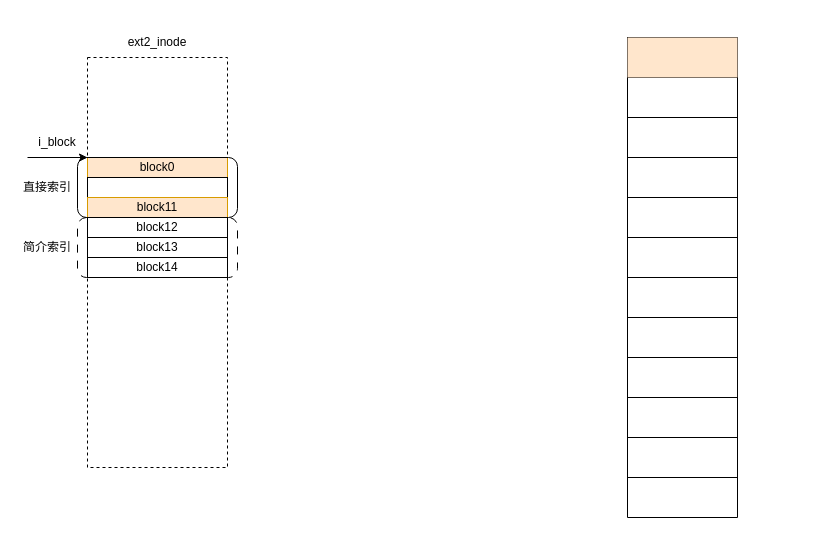
Before: ext2索引结构.drawio in ZLey373/ImagesXMind, a draw.io diagram. Source tidied: cells renumbered, new cells numbered last; positions are measured from the earlier drawing's top-left corner, leaving out a move shared by most shapes. Both pictures are drawn from the tidied source at 100%, with x=0, y=0 at pixel (17, 27).
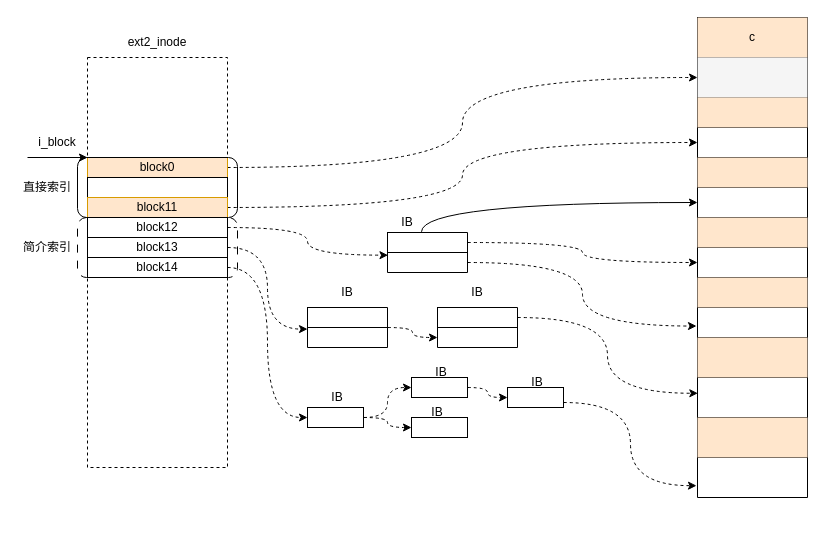
After the change.

Commit message (it also covers changes not shown here):
更新ext2索引结构.drawio

Unchanged cells that the change refers to:
```xml
<mxCell id="4" value="block0" style="rounded=0;whiteSpace=wrap;html=1;fillColor=#ffe6cc;strokeColor=#d79b00;" parent="1" vertex="1">
  <mxGeometry x="70" y="130" width="140" height="20" as="geometry" />
</mxCell>
<mxCell id="6" value="block11" style="rounded=0;whiteSpace=wrap;html=1;fillColor=#ffe6cc;strokeColor=#d79b00;" parent="1" vertex="1">
  <mxGeometry x="70" y="170" width="140" height="20" as="geometry" />
</mxCell>
<mxCell id="8" value="block12" style="rounded=0;whiteSpace=wrap;html=1;" parent="1" vertex="1">
  <mxGeometry x="70" y="190" width="140" height="20" as="geometry" />
</mxCell>
<mxCell id="9" value="block13" style="rounded=0;whiteSpace=wrap;html=1;" parent="1" vertex="1">
  <mxGeometry x="70" y="210" width="140" height="20" as="geometry" />
</mxCell>
<mxCell id="10" value="block14" style="rounded=0;whiteSpace=wrap;html=1;" parent="1" vertex="1">
  <mxGeometry x="70" y="230" width="140" height="20" as="geometry" />
</mxCell>
<mxCell id="17" style="shape=tableRow;horizontal=0;startSize=0;swimlaneHead=0;swimlaneBody=0;strokeColor=inherit;top=0;left=0;bottom=0;right=0;fillColor=none;" parent="16" vertex="1">
  <mxGeometry width="110" height="40" as="geometry" />
</mxCell>
<mxCell id="19" style="shape=tableRow;horizontal=0;startSize=0;swimlaneHead=0;swimlaneBody=0;strokeColor=inherit;top=0;left=0;bottom=0;right=0;fillColor=none;points=[[0,0.5],[1,0.5]];portConstraint=eastwest;" parent="16" vertex="1">
  <mxGeometry y="40" width="110" height="40" as="geometry" />
</mxCell>
```

The edit, as a diff of the source:
```diff
@@
+    <mxCell id="41" style="edgeStyle=orthogonalEdgeStyle;rounded=0;jettySize=auto;html=1;entryX=0;entryY=0.5;entryDx=0;entryDy=0;curved=1;exitX=1;exitY=0.5;exitDx=0;exitDy=0;dashed=1;" parent="1" edge="1" source="4" target="19">
+      <mxGeometry relative="1" as="geometry" />
+    </mxCell>
@@
+    <mxCell id="42" style="edgeStyle=orthogonalEdgeStyle;rounded=0;jettySize=auto;html=1;exitX=1;exitY=0.5;exitDx=0;exitDy=0;curved=1;dashed=1;" parent="1" edge="1" source="6" target="23">
+      <mxGeometry relative="1" as="geometry" />
+    </mxCell>
@@
+    <mxCell id="43" style="edgeStyle=orthogonalEdgeStyle;rounded=0;jettySize=auto;html=1;exitX=1;exitY=0.5;exitDx=0;exitDy=0;entryX=0.006;entryY=0.133;entryDx=0;entryDy=0;entryPerimeter=0;curved=1;dashed=1;" parent="1" edge="1" source="8" target="54">
+      <mxGeometry relative="1" as="geometry" />
+    </mxCell>
@@
+    <mxCell id="44" style="edgeStyle=orthogonalEdgeStyle;rounded=0;jettySize=auto;html=1;exitX=1;exitY=0.5;exitDx=0;exitDy=0;entryX=0;entryY=0.081;entryDx=0;entryDy=0;entryPerimeter=0;dashed=1;curved=1;" parent="1" edge="1" source="9" target="63">
+      <mxGeometry relative="1" as="geometry" />
+    </mxCell>
@@
+    <mxCell id="45" style="edgeStyle=orthogonalEdgeStyle;rounded=0;jettySize=auto;html=1;exitX=1;exitY=0.5;exitDx=0;exitDy=0;entryX=0;entryY=0.5;entryDx=0;entryDy=0;curved=1;dashed=1;" parent="1" edge="1" source="10" target="75">
+      <mxGeometry relative="1" as="geometry" />
+    </mxCell>
@@
     <mxCell id="16" style="shape=table;startSize=0;childLayout=tableLayout;" parent="1" vertex="1">
-      <mxGeometry x="610" y="10" width="110" height="480" as="geometry" />
+      <mxGeometry x="680" y="-10" width="110" height="480" as="geometry" />
     </mxCell>
@@
-    <mxCell id="18" style="shape=partialRectangle;html=1;whiteSpace=wrap;strokeColor=#d79b00;overflow=hidden;fillColor=#ffe6cc;top=0;left=0;bottom=0;right=0;" parent="17" vertex="1">
+    <mxCell id="18" value="c" style="shape=partialRectangle;html=1;whiteSpace=wrap;strokeColor=#d79b00;overflow=hidden;fillColor=#ffe6cc;top=0;left=0;bottom=0;right=0;" parent="17" vertex="1">
       <mxGeometry width="110" height="40" as="geometry" />
     </mxCell>
@@
-    <mxCell id="20" style="shape=partialRectangle;html=1;whiteSpace=wrap;strokeColor=inherit;overflow=hidden;fillColor=none;top=0;left=0;bottom=0;right=0;" parent="19" vertex="1">
+    <mxCell id="20" style="shape=partialRectangle;html=1;whiteSpace=wrap;strokeColor=#666666;overflow=hidden;fillColor=#f5f5f5;top=0;left=0;bottom=0;right=0;fontColor=#333333;" parent="19" vertex="1">
       <mxGeometry width="110" height="40" as="geometry" />
     </mxCell>
     <mxCell id="21" style="shape=tableRow;horizontal=0;startSize=0;swimlaneHead=0;swimlaneBody=0;strokeColor=inherit;top=0;left=0;bottom=0;right=0;fillColor=none;" parent="16" vertex="1">
-      <mxGeometry y="80" width="110" height="40" as="geometry" />
+      <mxGeometry y="80" width="110" height="30" as="geometry" />
     </mxCell>
-    <mxCell id="22" style="shape=partialRectangle;html=1;whiteSpace=wrap;strokeColor=inherit;overflow=hidden;fillColor=none;top=0;left=0;bottom=0;right=0;" parent="21" vertex="1">
-      <mxGeometry width="110" height="40" as="geometry" />
+    <mxCell id="22" style="shape=partialRectangle;html=1;whiteSpace=wrap;strokeColor=#d79b00;overflow=hidden;fillColor=#ffe6cc;top=0;left=0;bottom=0;right=0;" parent="21" vertex="1">
+      <mxGeometry width="110" height="30" as="geometry" />
     </mxCell>
     <mxCell id="23" style="shape=tableRow;horizontal=0;startSize=0;swimlaneHead=0;swimlaneBody=0;strokeColor=inherit;top=0;left=0;bottom=0;right=0;fillColor=none;points=[[0,0.5],[1,0.5]];portConstraint=eastwest;" parent="16" vertex="1">
-      <mxGeometry y="120" width="110" height="40" as="geometry" />
+      <mxGeometry y="110" width="110" height="30" as="geometry" />
     </mxCell>
     <mxCell id="24" style="shape=partialRectangle;html=1;whiteSpace=wrap;strokeColor=inherit;overflow=hidden;fillColor=none;top=0;left=0;bottom=0;right=0;" parent="23" vertex="1">
-      <mxGeometry width="110" height="40" as="geometry" />
+      <mxGeometry width="110" height="30" as="geometry" />
     </mxCell>
     <mxCell id="25" style="shape=tableRow;horizontal=0;startSize=0;swimlaneHead=0;swimlaneBody=0;strokeColor=inherit;top=0;left=0;bottom=0;right=0;fillColor=none;" parent="16" vertex="1">
-      <mxGeometry y="160" width="110" height="40" as="geometry" />
+      <mxGeometry y="140" width="110" height="30" as="geometry" />
     </mxCell>
-    <mxCell id="26" style="shape=partialRectangle;html=1;whiteSpace=wrap;strokeColor=inherit;overflow=hidden;fillColor=none;top=0;left=0;bottom=0;right=0;" parent="25" vertex="1">
-      <mxGeometry width="110" height="40" as="geometry" />
+    <mxCell id="26" style="shape=partialRectangle;html=1;whiteSpace=wrap;strokeColor=#d79b00;overflow=hidden;fillColor=#ffe6cc;top=0;left=0;bottom=0;right=0;" parent="25" vertex="1">
+      <mxGeometry width="110" height="30" as="geometry" />
     </mxCell>
     <mxCell id="27" style="shape=tableRow;horizontal=0;startSize=0;swimlaneHead=0;swimlaneBody=0;strokeColor=inherit;top=0;left=0;bottom=0;right=0;fillColor=none;points=[[0,0.5],[1,0.5]];portConstraint=eastwest;" parent="16" vertex="1">
-      <mxGeometry y="200" width="110" height="40" as="geometry" />
+      <mxGeometry y="170" width="110" height="30" as="geometry" />
     </mxCell>
-    <mxCell id="28" style="shape=partialRectangle;html=1;whiteSpace=wrap;strokeColor=inherit;overflow=hidden;fillColor=none;top=0;left=0;bottom=0;right=0;" parent="27" vertex="1">
-      <mxGeometry width="110" height="40" as="geometry" />
+    <mxCell id="28" style="shape=partialRectangle;html=1;whiteSpace=wrap;strokeColor=inherit;overflow=hidden;fillColor=none;top=0;left=0;bottom=0;right=0;dashed=1;dashPattern=8 8;" parent="27" vertex="1">
+      <mxGeometry width="110" height="30" as="geometry" />
     </mxCell>
     <mxCell id="29" style="shape=tableRow;horizontal=0;startSize=0;swimlaneHead=0;swimlaneBody=0;strokeColor=inherit;top=0;left=0;bottom=0;right=0;fillColor=none;" parent="16" vertex="1">
-      <mxGeometry y="240" width="110" height="40" as="geometry" />
+      <mxGeometry y="200" width="110" height="30" as="geometry" />
     </mxCell>
-    <mxCell id="30" style="shape=partialRectangle;html=1;whiteSpace=wrap;strokeColor=inherit;overflow=hidden;fillColor=none;top=0;left=0;bottom=0;right=0;" parent="29" vertex="1">
-      <mxGeometry width="110" height="40" as="geometry" />
+    <mxCell id="30" style="shape=partialRectangle;html=1;whiteSpace=wrap;strokeColor=#d79b00;overflow=hidden;fillColor=#ffe6cc;top=0;left=0;bottom=0;right=0;" parent="29" vertex="1">
+      <mxGeometry width="110" height="30" as="geometry" />
     </mxCell>
     <mxCell id="31" style="shape=tableRow;horizontal=0;startSize=0;swimlaneHead=0;swimlaneBody=0;strokeColor=inherit;top=0;left=0;bottom=0;right=0;fillColor=none;points=[[0,0.5],[1,0.5]];portConstraint=eastwest;" parent="16" vertex="1">
-      <mxGeometry y="280" width="110" height="40" as="geometry" />
+      <mxGeometry y="230" width="110" height="30" as="geometry" />
     </mxCell>
     <mxCell id="32" style="shape=partialRectangle;html=1;whiteSpace=wrap;strokeColor=inherit;overflow=hidden;fillColor=none;top=0;left=0;bottom=0;right=0;" parent="31" vertex="1">
-      <mxGeometry width="110" height="40" as="geometry" />
+      <mxGeometry width="110" height="30" as="geometry" />
     </mxCell>
     <mxCell id="33" style="shape=tableRow;horizontal=0;startSize=0;swimlaneHead=0;swimlaneBody=0;strokeColor=inherit;top=0;left=0;bottom=0;right=0;fillColor=none;" parent="16" vertex="1">
-      <mxGeometry y="320" width="110" height="40" as="geometry" />
+      <mxGeometry y="260" width="110" height="30" as="geometry" />
     </mxCell>
-    <mxCell id="34" style="shape=partialRectangle;html=1;whiteSpace=wrap;strokeColor=inherit;overflow=hidden;fillColor=none;top=0;left=0;bottom=0;right=0;" parent="33" vertex="1">
-      <mxGeometry width="110" height="40" as="geometry" />
+    <mxCell id="34" style="shape=partialRectangle;html=1;whiteSpace=wrap;strokeColor=#d79b00;overflow=hidden;fillColor=#ffe6cc;top=0;left=0;bottom=0;right=0;" parent="33" vertex="1">
+      <mxGeometry width="110" height="30" as="geometry" />
     </mxCell>
     <mxCell id="35" style="shape=tableRow;horizontal=0;startSize=0;swimlaneHead=0;swimlaneBody=0;strokeColor=inherit;top=0;left=0;bottom=0;right=0;fillColor=none;points=[[0,0.5],[1,0.5]];portConstraint=eastwest;" parent="16" vertex="1">
-      <mxGeometry y="360" width="110" height="40" as="geometry" />
+      <mxGeometry y="290" width="110" height="30" as="geometry" />
     </mxCell>
     <mxCell id="36" style="shape=partialRectangle;html=1;whiteSpace=wrap;strokeColor=inherit;overflow=hidden;fillColor=none;top=0;left=0;bottom=0;right=0;" parent="35" vertex="1">
-      <mxGeometry width="110" height="40" as="geometry" />
+      <mxGeometry width="110" height="30" as="geometry" />
     </mxCell>
     <mxCell id="37" style="shape=tableRow;horizontal=0;startSize=0;swimlaneHead=0;swimlaneBody=0;strokeColor=inherit;top=0;left=0;bottom=0;right=0;fillColor=none;" parent="16" vertex="1">
-      <mxGeometry y="400" width="110" height="40" as="geometry" />
+      <mxGeometry y="320" width="110" height="40" as="geometry" />
     </mxCell>
-    <mxCell id="38" style="shape=partialRectangle;html=1;whiteSpace=wrap;strokeColor=inherit;overflow=hidden;fillColor=none;top=0;left=0;bottom=0;right=0;" parent="37" vertex="1">
+    <mxCell id="38" style="shape=partialRectangle;html=1;whiteSpace=wrap;strokeColor=#d79b00;overflow=hidden;fillColor=#ffe6cc;top=0;left=0;bottom=0;right=0;" parent="37" vertex="1">
       <mxGeometry width="110" height="40" as="geometry" />
     </mxCell>
     <mxCell id="39" style="shape=tableRow;horizontal=0;startSize=0;swimlaneHead=0;swimlaneBody=0;strokeColor=inherit;top=0;left=0;bottom=0;right=0;fillColor=none;points=[[0,0.5],[1,0.5]];portConstraint=eastwest;" parent="16" vertex="1">
-      <mxGeometry y="440" width="110" height="40" as="geometry" />
+      <mxGeometry y="360" width="110" height="40" as="geometry" />
     </mxCell>
@@
+    <mxCell id="46" style="shape=tableRow;horizontal=0;startSize=0;swimlaneHead=0;swimlaneBody=0;strokeColor=inherit;top=0;left=0;bottom=0;right=0;fillColor=none;" parent="16" vertex="1">
+      <mxGeometry y="400" width="110" height="40" as="geometry" />
+    </mxCell>
+    <mxCell id="47" style="shape=partialRectangle;html=1;whiteSpace=wrap;strokeColor=#d79b00;overflow=hidden;fillColor=#ffe6cc;top=0;left=0;bottom=0;right=0;" parent="46" vertex="1">
+      <mxGeometry width="110" height="40" as="geometry" />
+    </mxCell>
+    <mxCell id="48" style="shape=tableRow;horizontal=0;startSize=0;swimlaneHead=0;swimlaneBody=0;strokeColor=inherit;top=0;left=0;bottom=0;right=0;fillColor=none;points=[[0,0.5],[1,0.5]];portConstraint=eastwest;" parent="16" vertex="1">
+      <mxGeometry y="440" width="110" height="40" as="geometry" />
+    </mxCell>
+    <mxCell id="49" style="shape=partialRectangle;html=1;whiteSpace=wrap;strokeColor=inherit;overflow=hidden;fillColor=none;top=0;left=0;bottom=0;right=0;" parent="48" vertex="1">
+      <mxGeometry width="110" height="40" as="geometry" />
+    </mxCell>
+    <mxCell id="50" style="edgeStyle=orthogonalEdgeStyle;rounded=0;jettySize=auto;html=1;exitX=1;exitY=0.75;exitDx=0;exitDy=0;entryX=-0.009;entryY=0.618;entryDx=0;entryDy=0;entryPerimeter=0;dashed=1;curved=1;" parent="1" edge="1" source="51" target="35">
+      <mxGeometry relative="1" as="geometry" />
+    </mxCell>
+    <mxCell id="51" style="shape=table;startSize=0;childLayout=tableLayout;" parent="1" vertex="1">
+      <mxGeometry x="370" y="205" width="80" height="40" as="geometry" />
+    </mxCell>
+    <mxCell id="52" style="shape=tableRow;horizontal=0;startSize=0;swimlaneHead=0;swimlaneBody=0;strokeColor=inherit;top=0;left=0;bottom=0;right=0;fillColor=none;points=[[0,0.5],[1,0.5]];portConstraint=eastwest;" parent="51" vertex="1">
+      <mxGeometry width="80" height="20" as="geometry" />
+    </mxCell>
+    <mxCell id="53" style="shape=partialRectangle;html=1;whiteSpace=wrap;strokeColor=inherit;overflow=hidden;fillColor=none;top=0;left=0;bottom=0;right=0;" parent="52" vertex="1">
+      <mxGeometry width="80" height="20" as="geometry" />
+    </mxCell>
+    <mxCell id="54" style="shape=tableRow;horizontal=0;startSize=0;swimlaneHead=0;swimlaneBody=0;strokeColor=inherit;top=0;left=0;bottom=0;right=0;fillColor=none;points=[[0,0.5],[1,0.5]];portConstraint=eastwest;" parent="51" vertex="1">
+      <mxGeometry y="20" width="80" height="20" as="geometry" />
+    </mxCell>
+    <mxCell id="55" style="shape=partialRectangle;html=1;whiteSpace=wrap;strokeColor=inherit;overflow=hidden;fillColor=none;top=0;left=0;bottom=0;right=0;" parent="54" vertex="1">
+      <mxGeometry width="80" height="20" as="geometry" />
+    </mxCell>
+    <mxCell id="56" style="edgeStyle=orthogonalEdgeStyle;jettySize=auto;html=1;rounded=0;entryX=0;entryY=0.5;entryDx=0;entryDy=0;curved=1;" parent="1" edge="1" target="27">
+      <mxGeometry relative="1" as="geometry">
+        <mxPoint x="404" y="204.3" as="sourcePoint" />
+      </mxGeometry>
+    </mxCell>
+    <mxCell id="57" value="IB" style="text;strokeColor=none;align=center;fillColor=none;html=1;verticalAlign=middle;whiteSpace=wrap;rounded=0;" parent="1" vertex="1">
+      <mxGeometry x="360" y="180" width="60" height="30" as="geometry" />
+    </mxCell>
+    <mxCell id="58" style="edgeStyle=orthogonalEdgeStyle;rounded=0;jettySize=auto;html=1;entryX=0;entryY=0.5;entryDx=0;entryDy=0;curved=1;dashed=1;" parent="1" edge="1" source="52" target="31">
+      <mxGeometry relative="1" as="geometry" />
+    </mxCell>
+    <mxCell id="59" style="edgeStyle=orthogonalEdgeStyle;rounded=0;jettySize=auto;html=1;entryX=0;entryY=0.5;entryDx=0;entryDy=0;dashed=1;curved=1;" parent="1" edge="1" source="60" target="68">
+      <mxGeometry relative="1" as="geometry" />
+    </mxCell>
+    <mxCell id="60" style="shape=table;startSize=0;childLayout=tableLayout;" parent="1" vertex="1">
+      <mxGeometry x="290" y="280" width="80" height="40" as="geometry" />
+    </mxCell>
+    <mxCell id="61" style="shape=tableRow;horizontal=0;startSize=0;swimlaneHead=0;swimlaneBody=0;strokeColor=inherit;top=0;left=0;bottom=0;right=0;fillColor=none;" parent="60" vertex="1">
+      <mxGeometry width="80" height="20" as="geometry" />
+    </mxCell>
+    <mxCell id="62" style="shape=partialRectangle;html=1;whiteSpace=wrap;strokeColor=inherit;overflow=hidden;fillColor=none;top=0;left=0;bottom=0;right=0;" parent="61" vertex="1">
+      <mxGeometry width="80" height="20" as="geometry" />
+    </mxCell>
+    <mxCell id="63" style="shape=tableRow;horizontal=0;startSize=0;swimlaneHead=0;swimlaneBody=0;strokeColor=inherit;top=0;left=0;bottom=0;right=0;fillColor=none;points=[[0,0.5],[1,0.5]];portConstraint=eastwest;" parent="60" vertex="1">
+      <mxGeometry y="20" width="80" height="20" as="geometry" />
+    </mxCell>
+    <mxCell id="64" style="shape=partialRectangle;html=1;whiteSpace=wrap;strokeColor=inherit;overflow=hidden;fillColor=none;top=0;left=0;bottom=0;right=0;" parent="63" vertex="1">
+      <mxGeometry width="80" height="20" as="geometry" />
+    </mxCell>
+    <mxCell id="65" style="shape=table;startSize=0;childLayout=tableLayout;" parent="1" vertex="1">
+      <mxGeometry x="420" y="280" width="80" height="40" as="geometry" />
+    </mxCell>
+    <mxCell id="66" style="shape=tableRow;horizontal=0;startSize=0;swimlaneHead=0;swimlaneBody=0;strokeColor=inherit;top=0;left=0;bottom=0;right=0;fillColor=none;points=[[0,0.5],[1,0.5]];portConstraint=eastwest;" parent="65" vertex="1">
+      <mxGeometry width="80" height="20" as="geometry" />
+    </mxCell>
+    <mxCell id="67" style="shape=partialRectangle;html=1;whiteSpace=wrap;strokeColor=inherit;overflow=hidden;fillColor=none;top=0;left=0;bottom=0;right=0;" parent="66" vertex="1">
+      <mxGeometry width="80" height="20" as="geometry" />
+    </mxCell>
+    <mxCell id="68" style="shape=tableRow;horizontal=0;startSize=0;swimlaneHead=0;swimlaneBody=0;strokeColor=inherit;top=0;left=0;bottom=0;right=0;fillColor=none;points=[[0,0.5],[1,0.5]];portConstraint=eastwest;" parent="65" vertex="1">
+      <mxGeometry y="20" width="80" height="20" as="geometry" />
+    </mxCell>
+    <mxCell id="69" style="shape=partialRectangle;html=1;whiteSpace=wrap;strokeColor=inherit;overflow=hidden;fillColor=none;top=0;left=0;bottom=0;right=0;" parent="68" vertex="1">
+      <mxGeometry width="80" height="20" as="geometry" />
+    </mxCell>
+    <mxCell id="70" value="IB" style="text;strokeColor=none;align=center;fillColor=none;html=1;verticalAlign=middle;whiteSpace=wrap;rounded=0;" parent="1" vertex="1">
+      <mxGeometry x="300" y="250" width="60" height="30" as="geometry" />
+    </mxCell>
+    <mxCell id="71" value="IB" style="text;strokeColor=none;align=center;fillColor=none;html=1;verticalAlign=middle;whiteSpace=wrap;rounded=0;" parent="1" vertex="1">
+      <mxGeometry x="430" y="250" width="60" height="30" as="geometry" />
+    </mxCell>
+    <mxCell id="72" style="edgeStyle=orthogonalEdgeStyle;rounded=0;jettySize=auto;html=1;entryX=0.003;entryY=0.394;entryDx=0;entryDy=0;entryPerimeter=0;dashed=1;curved=1;" parent="1" edge="1" source="66" target="39">
+      <mxGeometry relative="1" as="geometry" />
+    </mxCell>
+    <mxCell id="73" style="edgeStyle=orthogonalEdgeStyle;rounded=0;jettySize=auto;html=1;curved=1;dashed=1;entryX=0;entryY=0.5;entryDx=0;entryDy=0;" parent="1" edge="1" source="75" target="77">
+      <mxGeometry relative="1" as="geometry" />
+    </mxCell>
+    <mxCell id="74" style="edgeStyle=orthogonalEdgeStyle;rounded=0;jettySize=auto;html=1;exitX=1;exitY=0.5;exitDx=0;exitDy=0;entryX=0;entryY=0.5;entryDx=0;entryDy=0;dashed=1;curved=1;" parent="1" edge="1" source="75" target="78">
+      <mxGeometry relative="1" as="geometry" />
+    </mxCell>
+    <mxCell id="75" style="rounded=0;whiteSpace=wrap;html=1;" parent="1" vertex="1">
+      <mxGeometry x="290" y="380" width="56" height="20" as="geometry" />
+    </mxCell>
+    <mxCell id="76" style="edgeStyle=orthogonalEdgeStyle;rounded=0;jettySize=auto;html=1;exitX=1;exitY=0.5;exitDx=0;exitDy=0;entryX=0;entryY=0.5;entryDx=0;entryDy=0;curved=1;dashed=1;" parent="1" edge="1" source="77" target="80">
+      <mxGeometry relative="1" as="geometry" />
+    </mxCell>
+    <mxCell id="77" style="rounded=0;whiteSpace=wrap;html=1;" parent="1" vertex="1">
+      <mxGeometry x="394" y="350" width="56" height="20" as="geometry" />
+    </mxCell>
+    <mxCell id="78" style="rounded=0;whiteSpace=wrap;html=1;" parent="1" vertex="1">
+      <mxGeometry x="394" y="390" width="56" height="20" as="geometry" />
+    </mxCell>
+    <mxCell id="79" style="edgeStyle=orthogonalEdgeStyle;rounded=0;jettySize=auto;html=1;exitX=1;exitY=0.75;exitDx=0;exitDy=0;entryX=-0.009;entryY=0.704;entryDx=0;entryDy=0;entryPerimeter=0;curved=1;dashed=1;" parent="1" edge="1" source="80" target="48">
+      <mxGeometry relative="1" as="geometry" />
+    </mxCell>
+    <mxCell id="80" style="rounded=0;whiteSpace=wrap;html=1;" parent="1" vertex="1">
+      <mxGeometry x="490" y="360" width="56" height="20" as="geometry" />
+    </mxCell>
+    <mxCell id="81" value="IB" style="text;strokeColor=none;align=center;fillColor=none;html=1;verticalAlign=middle;whiteSpace=wrap;rounded=0;" parent="1" vertex="1">
+      <mxGeometry x="290" y="355" width="60" height="30" as="geometry" />
+    </mxCell>
+    <mxCell id="82" value="IB" style="text;strokeColor=none;align=center;fillColor=none;html=1;verticalAlign=middle;whiteSpace=wrap;rounded=0;" parent="1" vertex="1">
+      <mxGeometry x="394" y="330" width="60" height="30" as="geometry" />
+    </mxCell>
+    <mxCell id="83" value="IB" style="text;strokeColor=none;align=center;fillColor=none;html=1;verticalAlign=middle;whiteSpace=wrap;rounded=0;" parent="1" vertex="1">
+      <mxGeometry x="390" y="370" width="60" height="30" as="geometry" />
+    </mxCell>
+    <mxCell id="84" value="IB" style="text;strokeColor=none;align=center;fillColor=none;html=1;verticalAlign=middle;whiteSpace=wrap;rounded=0;" parent="1" vertex="1">
+      <mxGeometry x="490" y="340" width="60" height="30" as="geometry" />
+    </mxCell>
```
